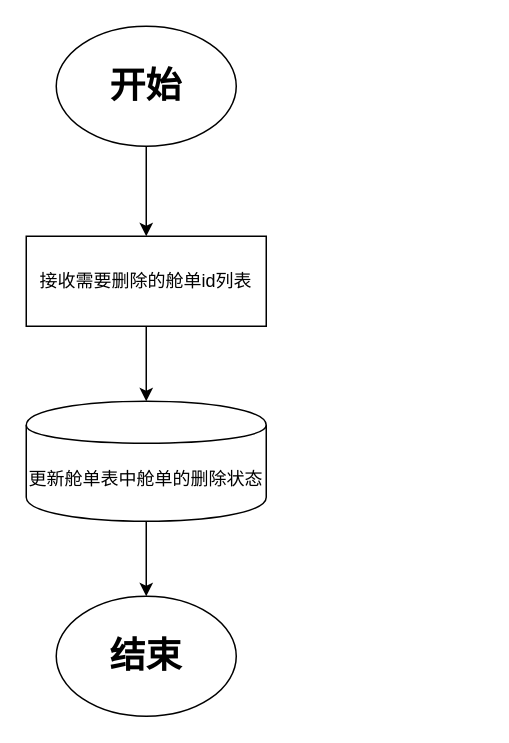
caixuecheng/track-drawio keeps this draw.io diagram as manifest/待发送/舱单删除.drawio. Above is the earlier version. Source tidied: cells renumbered, new cells numbered last; positions are measured from the earlier drawing's top-left corner, leaving out a move shared by most shapes. Both pictures are drawn from the tidied source at 150%, with x=0, y=0 at pixel (26, 26).
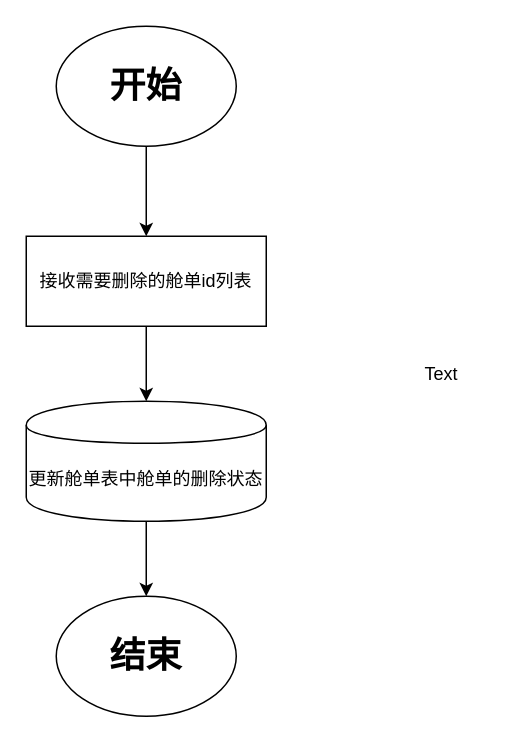
The same diagram, later.

Commit message (it also covers changes not shown here):
更新舱单删除.drawio

The edit, as a diff of the source:
```diff
@@
 <mxGraphModel>
   <root>
     <mxCell id="0" />
     <mxCell id="1" parent="0" />
     <mxCell id="2" style="edgeStyle=orthogonalEdgeStyle;rounded=0;jettySize=auto;html=1;" parent="1" edge="1" source="3" target="5">
       <mxGeometry relative="1" as="geometry" />
     </mxCell>
     <mxCell id="3" value="&lt;h1&gt;开始&lt;/h1&gt;" style="ellipse;whiteSpace=wrap;html=1;" parent="1" vertex="1">
       <mxGeometry x="20" width="120" height="80" as="geometry" />
     </mxCell>
     <mxCell id="4" style="edgeStyle=orthogonalEdgeStyle;rounded=0;jettySize=auto;html=1;" parent="1" edge="1" source="5" target="7">
       <mxGeometry relative="1" as="geometry" />
     </mxCell>
     <mxCell id="5" value="接收需要删除的舱单id列表" style="rounded=0;whiteSpace=wrap;html=1;" parent="1" vertex="1">
       <mxGeometry y="140" width="160" height="60" as="geometry" />
     </mxCell>
     <mxCell id="6" style="edgeStyle=orthogonalEdgeStyle;rounded=0;jettySize=auto;html=1;" parent="1" edge="1" source="7" target="8">
       <mxGeometry relative="1" as="geometry" />
     </mxCell>
     <mxCell id="7" value="更新舱单表中舱单的删除状态&lt;br&gt;" style="shape=cylinder;whiteSpace=wrap;html=1;boundedLbl=1;backgroundOutline=1;" parent="1" vertex="1">
       <mxGeometry y="250" width="160" height="80" as="geometry" />
     </mxCell>
     <mxCell id="8" value="&lt;h1&gt;结束&lt;/h1&gt;" style="ellipse;whiteSpace=wrap;html=1;" parent="1" vertex="1">
       <mxGeometry x="20" y="380" width="120" height="80" as="geometry" />
     </mxCell>
+    <mxCell id="9" value="Text" style="text;html=1;align=left;verticalAlign=top;spacingTop=-4;" parent="1" vertex="1">
+      <mxGeometry x="264" y="222" width="40" height="20" as="geometry" />
+    </mxCell>
   </root>
 </mxGraphModel>
```
